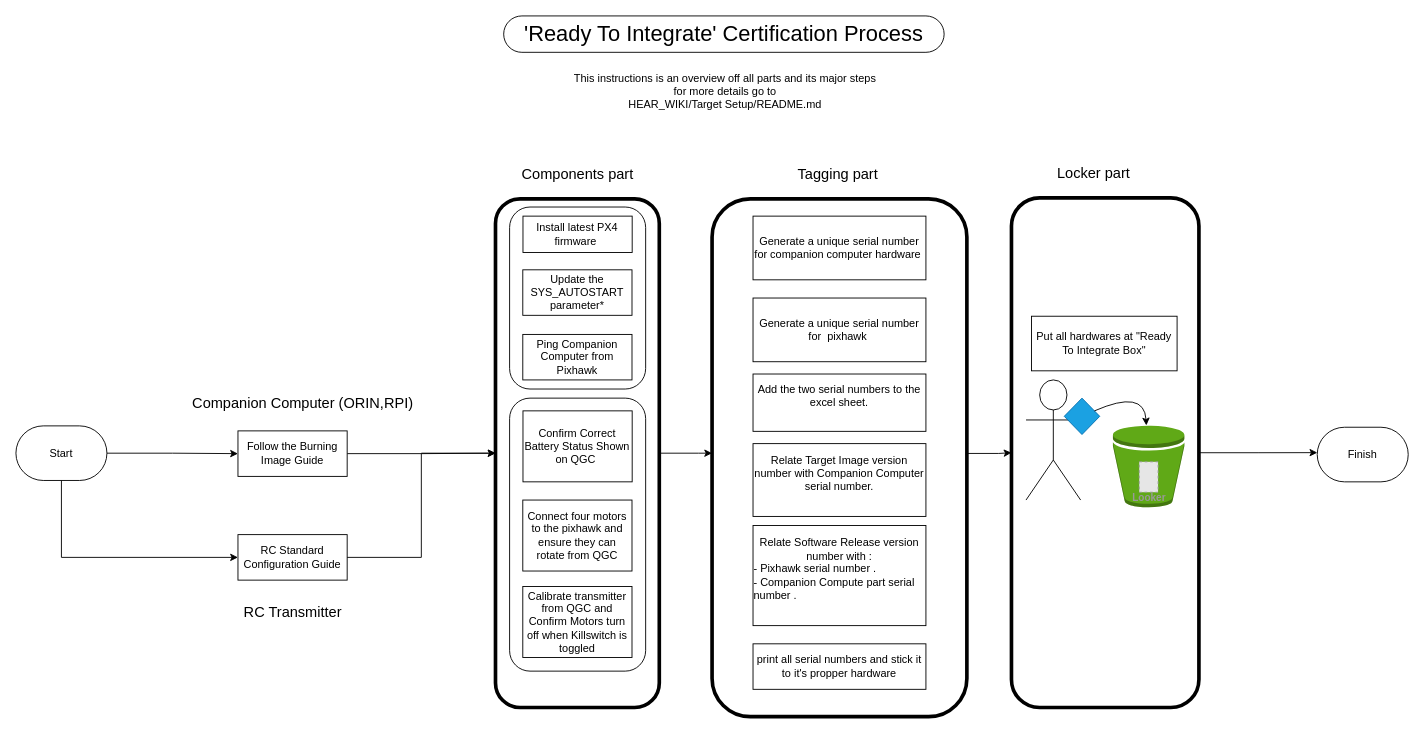
The draw.io diagram Guide/Hardware and Process/Commissioning/1 Ready to integrate/ready_to_integrate.drawio in DroneLeaf/HEAR_wiki, before the edit. Source tidied: cells renumbered, new cells numbered last; positions are measured from the earlier drawing's top-left corner, leaving out a move shared by most shapes. Both pictures are drawn from the tidied source at 91%, with x=0, y=0 at pixel (15, 15). Pictures stored in the file or linked from it are replaced by grey dashed boxes.
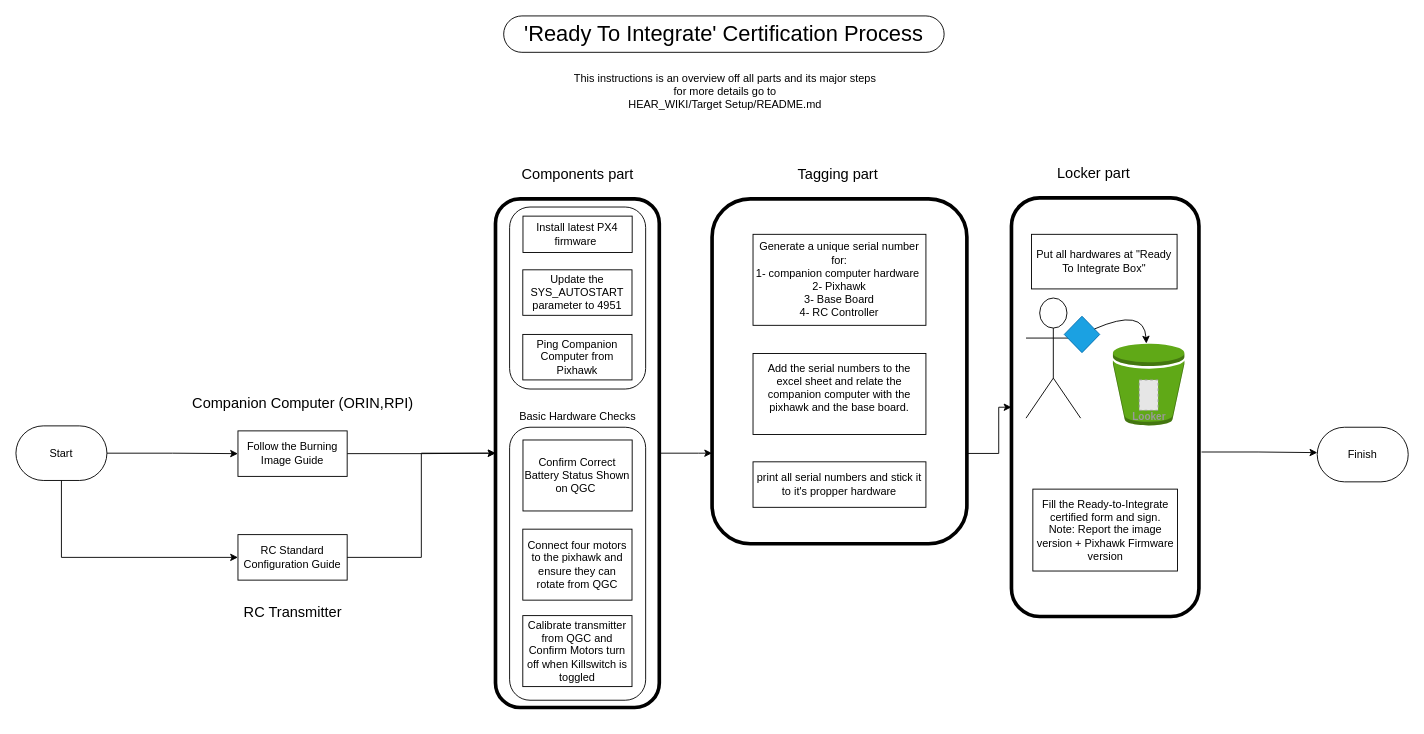
Above is the later version.

Commit message (it also covers changes not shown here):
Updated Ready-To-Integrate process chart

The change refers to these unchanged cells:
```xml
<mxCell id="24" value="&lt;div&gt;Finish&lt;/div&gt;" style="rounded=1;whiteSpace=wrap;html=1;arcSize=50;" parent="1" vertex="1">
  <mxGeometry x="1430" y="452" width="100" height="60" as="geometry" />
</mxCell>
```

Change to the diagram source:
```diff
@@
     <mxCell id="4" style="rounded=1;whiteSpace=wrap;html=1;fillColor=none;" parent="1" vertex="1">
-      <mxGeometry x="542.5" y="420" width="149.5" height="300" as="geometry" />
+      <mxGeometry x="542.5" y="452" width="149.5" height="300" as="geometry" />
     </mxCell>
     <mxCell id="5" style="rounded=1;whiteSpace=wrap;html=1;fillColor=none;strokeWidth=4;" parent="1" vertex="1">
-      <mxGeometry x="1094" y="200" width="206" height="560" as="geometry" />
+      <mxGeometry x="1094" y="200" width="206" height="460" as="geometry" />
     </mxCell>
     <mxCell id="6" style="rounded=1;whiteSpace=wrap;html=1;fillColor=none;strokeWidth=4;" parent="1" vertex="1">
-      <mxGeometry x="765" y="201" width="280" height="569" as="geometry" />
+      <mxGeometry x="765" y="201" width="280" height="379" as="geometry" />
     </mxCell>
@@
-    <mxCell id="11" value="Update the SYS_AUTOSTART parameter*" style="rounded=1;whiteSpace=wrap;html=1;fontSize=12;glass=0;strokeWidth=1;shadow=0;arcSize=0;" parent="1" vertex="1">
+    <mxCell id="11" value="Update the SYS_AUTOSTART parameter to 4951" style="rounded=1;whiteSpace=wrap;html=1;fontSize=12;glass=0;strokeWidth=1;shadow=0;arcSize=0;" parent="1" vertex="1">
       <mxGeometry x="557" y="279" width="120" height="50" as="geometry" />
     </mxCell>
-    <mxCell id="12" value="Generate a unique serial number for companion computer hardware&amp;nbsp;" style="rounded=1;whiteSpace=wrap;html=1;fontSize=12;glass=0;strokeWidth=1;shadow=0;arcSize=0;" parent="1" vertex="1">
-      <mxGeometry x="810" y="220" width="190" height="70" as="geometry" />
+    <mxCell id="12" value="Generate a unique serial number for:&lt;br&gt;1- companion computer hardware&amp;nbsp;&lt;div&gt;2- Pixhawk&lt;/div&gt;&lt;div&gt;3- Base Board&lt;/div&gt;&lt;div&gt;4- RC Controller&lt;/div&gt;" style="rounded=1;whiteSpace=wrap;html=1;fontSize=12;glass=0;strokeWidth=1;shadow=0;arcSize=0;" parent="1" vertex="1">
+      <mxGeometry x="810" y="240" width="190" height="100" as="geometry" />
     </mxCell>
-    <mxCell id="13" value="Add the two serial numbers to the excel sheet.&lt;div style=&quot;text-align: left;&quot;&gt;&amp;nbsp;&lt;br&gt;&lt;/div&gt;" style="rounded=1;whiteSpace=wrap;html=1;fontSize=12;glass=0;strokeWidth=1;shadow=0;arcSize=0;" parent="1" vertex="1">
-      <mxGeometry x="810" y="393.5" width="190" height="63" as="geometry" />
+    <mxCell id="13" value="Add the serial numbers to the excel sheet and relate the companion computer with the pixhawk and the base board.&lt;div style=&quot;text-align: left;&quot;&gt;&amp;nbsp;&lt;br&gt;&lt;/div&gt;" style="rounded=1;whiteSpace=wrap;html=1;fontSize=12;glass=0;strokeWidth=1;shadow=0;arcSize=0;" parent="1" vertex="1">
+      <mxGeometry x="810" y="371" width="190" height="89" as="geometry" />
     </mxCell>
-    <mxCell id="14" value="Relate Target Image version number&amp;nbsp;with&amp;nbsp;&lt;span style=&quot;background-color: initial; text-align: left;&quot;&gt;Companion Computer serial number.&lt;/span&gt;&lt;div&gt;&lt;div&gt;&lt;br&gt;&lt;/div&gt;&lt;/div&gt;" style="rounded=1;whiteSpace=wrap;html=1;fontSize=12;glass=0;strokeWidth=1;shadow=0;arcSize=0;" parent="1" vertex="1">
-      <mxGeometry x="810" y="470" width="190" height="80" as="geometry" />
-    </mxCell>
-    <mxCell id="15" value="Relate Software Release version number with :&lt;div style=&quot;text-align: left;&quot;&gt;- Pixhawk&amp;nbsp;&lt;span style=&quot;background-color: initial;&quot;&gt;serial number&lt;/span&gt;&lt;span style=&quot;background-color: initial;&quot;&gt;&amp;nbsp;.&lt;/span&gt;&lt;/div&gt;&lt;div&gt;&lt;div style=&quot;text-align: left;&quot;&gt;&lt;span style=&quot;background-color: initial;&quot;&gt;- Companion Compute part&amp;nbsp;&lt;/span&gt;&lt;span style=&quot;background-color: initial;&quot;&gt;serial number&lt;/span&gt;&lt;span style=&quot;background-color: initial;&quot;&gt;&amp;nbsp;.&lt;/span&gt;&lt;/div&gt;&lt;div&gt;&lt;br&gt;&lt;/div&gt;&lt;/div&gt;" style="rounded=1;whiteSpace=wrap;html=1;fontSize=12;glass=0;strokeWidth=1;shadow=0;arcSize=0;" parent="1" vertex="1">
-      <mxGeometry x="810" y="560" width="190" height="110" as="geometry" />
-    </mxCell>
     <mxCell id="16" value="Put all hardwares at &quot;Ready To Integrate Box&quot;" style="rounded=1;whiteSpace=wrap;html=1;fontSize=12;glass=0;strokeWidth=1;shadow=0;arcSize=0;" parent="1" vertex="1">
-      <mxGeometry x="1116" y="330" width="160" height="60" as="geometry" />
+      <mxGeometry x="1116" y="240" width="160" height="60" as="geometry" />
     </mxCell>
@@
-    <mxCell id="25" style="edgeStyle=orthogonalEdgeStyle;rounded=0;jettySize=auto;html=1;entryX=0.001;entryY=0.465;entryDx=0;entryDy=0;entryPerimeter=0;" parent="1" edge="1" source="5" target="24">
+    <mxCell id="25" style="edgeStyle=orthogonalEdgeStyle;rounded=0;jettySize=auto;html=1;entryX=0.001;entryY=0.465;entryDx=0;entryDy=0;entryPerimeter=0;exitX=1.014;exitY=0.607;exitDx=0;exitDy=0;exitPerimeter=0;" parent="1" edge="1" source="5" target="24">
       <mxGeometry relative="1" as="geometry" />
     </mxCell>
@@
     <mxCell id="27" style="outlineConnect=0;dashed=0;verticalLabelPosition=bottom;verticalAlign=top;align=center;html=1;shape=mxgraph.aws3.bucket;fillColor=#60a917;fontColor=#ffffff;strokeColor=#2D7600;" parent="1" vertex="1">
-      <mxGeometry x="1205.5" y="450" width="78.5" height="90" as="geometry" />
+      <mxGeometry x="1205.5" y="360" width="78.5" height="90" as="geometry" />
     </mxCell>
     <mxCell id="28" value="Looker" style="fillColor=#E6E6E6;strokeColor=#999999;dashed=1;html=1;verticalAlign=top;labelPosition=center;verticalLabelPosition=bottom;align=center;spacingTop=-6;fontSize=11;fontStyle=1;fontColor=#999999;" parent="1" vertex="1">
-      <mxGeometry x="1234.4" y="490" width="20.7" height="33.4" as="geometry" />
+      <mxGeometry x="1234.4" y="400" width="20.7" height="33.4" as="geometry" />
     </mxCell>
     <mxCell id="29" style="shape=umlActor;verticalLabelPosition=bottom;verticalAlign=top;html=1;" parent="1" vertex="1">
-      <mxGeometry x="1110" y="400" width="60" height="132" as="geometry" />
+      <mxGeometry x="1110" y="310" width="60" height="132" as="geometry" />
     </mxCell>
     <mxCell id="30" style="rhombus;whiteSpace=wrap;html=1;fillColor=#1ba1e2;fontColor=#ffffff;strokeColor=#006EAF;" parent="1" vertex="1">
-      <mxGeometry x="1152" y="420" width="39" height="40" as="geometry" />
+      <mxGeometry x="1152" y="330" width="39" height="40" as="geometry" />
     </mxCell>
     <mxCell id="31" style="curved=1;endArrow=classic;html=1;rounded=0;" parent="1" edge="1" source="30" target="27">
       <mxGeometry relative="1" as="geometry">
         <Array as="points">
-          <mxPoint x="1240" y="410" />
+          <mxPoint x="1240" y="320" />
         </Array>
       </mxGeometry>
     </mxCell>
-    <mxCell id="32" value="Generate a unique serial number for&amp;nbsp; pixhawk&amp;nbsp;" style="rounded=1;whiteSpace=wrap;html=1;fontSize=12;glass=0;strokeWidth=1;shadow=0;arcSize=0;" parent="1" vertex="1">
-      <mxGeometry x="810" y="310" width="190" height="70" as="geometry" />
-    </mxCell>
     <mxCell id="33" value="&lt;div&gt;&lt;div&gt;print all serial numbers and stick it to it's propper hardware&lt;/div&gt;&lt;/div&gt;" style="rounded=1;whiteSpace=wrap;html=1;fontSize=12;glass=0;strokeWidth=1;shadow=0;arcSize=0;" parent="1" vertex="1">
-      <mxGeometry x="810" y="690" width="190" height="50" as="geometry" />
+      <mxGeometry x="810" y="490" width="190" height="50" as="geometry" />
     </mxCell>
@@
     <mxCell id="36" value="Confirm Correct Battery Status Shown on QGC&amp;nbsp;" style="rounded=1;whiteSpace=wrap;html=1;fontSize=12;glass=0;strokeWidth=1;shadow=0;arcSize=0;" parent="1" vertex="1">
-      <mxGeometry x="557.2" y="434" width="120" height="78" as="geometry" />
+      <mxGeometry x="557.2" y="466" width="120" height="78" as="geometry" />
     </mxCell>
     <mxCell id="37" value="Connect four motors to the pixhawk and ensure they can rotate from QGC" style="rounded=1;whiteSpace=wrap;html=1;fontSize=12;glass=0;strokeWidth=1;shadow=0;arcSize=0;" parent="1" vertex="1">
-      <mxGeometry x="557" y="532" width="120" height="78" as="geometry" />
+      <mxGeometry x="557" y="564" width="120" height="78" as="geometry" />
     </mxCell>
@@
     <mxCell id="41" value="Calibrate transmitter from QGC and Confirm Motors turn off when Killswitch is toggled" style="rounded=1;whiteSpace=wrap;html=1;fontSize=12;glass=0;strokeWidth=1;shadow=0;arcSize=0;" parent="1" vertex="1">
-      <mxGeometry x="557" y="627" width="120" height="78" as="geometry" />
+      <mxGeometry x="557" y="659" width="120" height="78" as="geometry" />
     </mxCell>
@@
+    <mxCell id="44" value="&lt;font style=&quot;font-size: 12px;&quot;&gt;Basic Hardware Checks&lt;/font&gt;" style="text;html=1;align=center;verticalAlign=middle;strokeColor=none;fillColor=none;" parent="1" vertex="1">
+      <mxGeometry x="542" y="425" width="150" height="30" as="geometry" />
+    </mxCell>
+    <mxCell id="45" value="&lt;div&gt;&lt;div&gt;Fill the Ready-to-Integrate certified form and sign.&lt;br&gt;Note: Report the image version + Pixhawk Firmware version&lt;/div&gt;&lt;/div&gt;" style="rounded=1;whiteSpace=wrap;html=1;fontSize=12;glass=0;strokeWidth=1;shadow=0;arcSize=0;" parent="1" vertex="1">
+      <mxGeometry x="1117.5" y="520" width="159" height="90" as="geometry" />
+    </mxCell>
```
